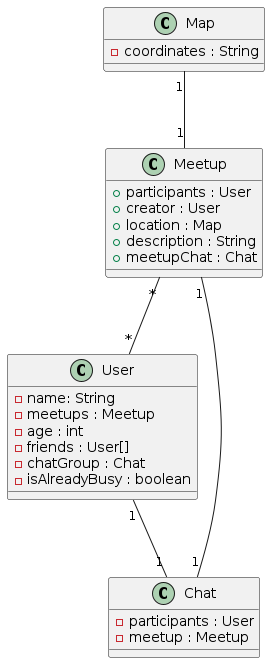
Before: images/diagram-classes.png, a diagram exported from PlantUML (2223-3bhif-syp/02-projekte-mopedmeetup).
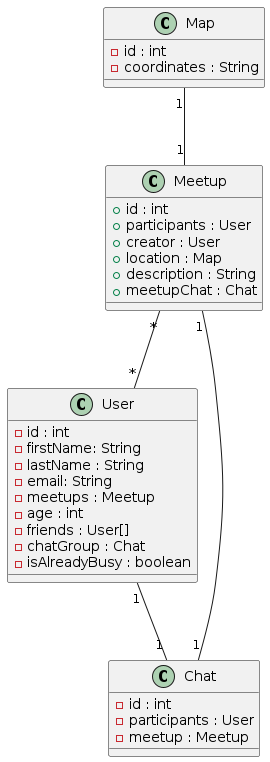
After the commit.

What changed in the source:
```diff
@@ -1,6 +1,9 @@
 @startuml
 class User {
-    - name: String
+    - id : int
+    - firstName: String
+    - lastName : String
+    - email: String
     - meetups : Meetup
     - age : int
     - friends : User[]
@@ -8,6 +11,7 @@
     - isAlreadyBusy : boolean
 }
 class Meetup {
+    + id : int
     + participants : User
     + creator : User
     + location : Map
@@ -16,9 +20,11 @@
 }
 
 class Map {
+    - id : int
     - coordinates : String
 }
 class Chat {
+    - id : int
     - participants : User
     - meetup : Meetup
 }
```
